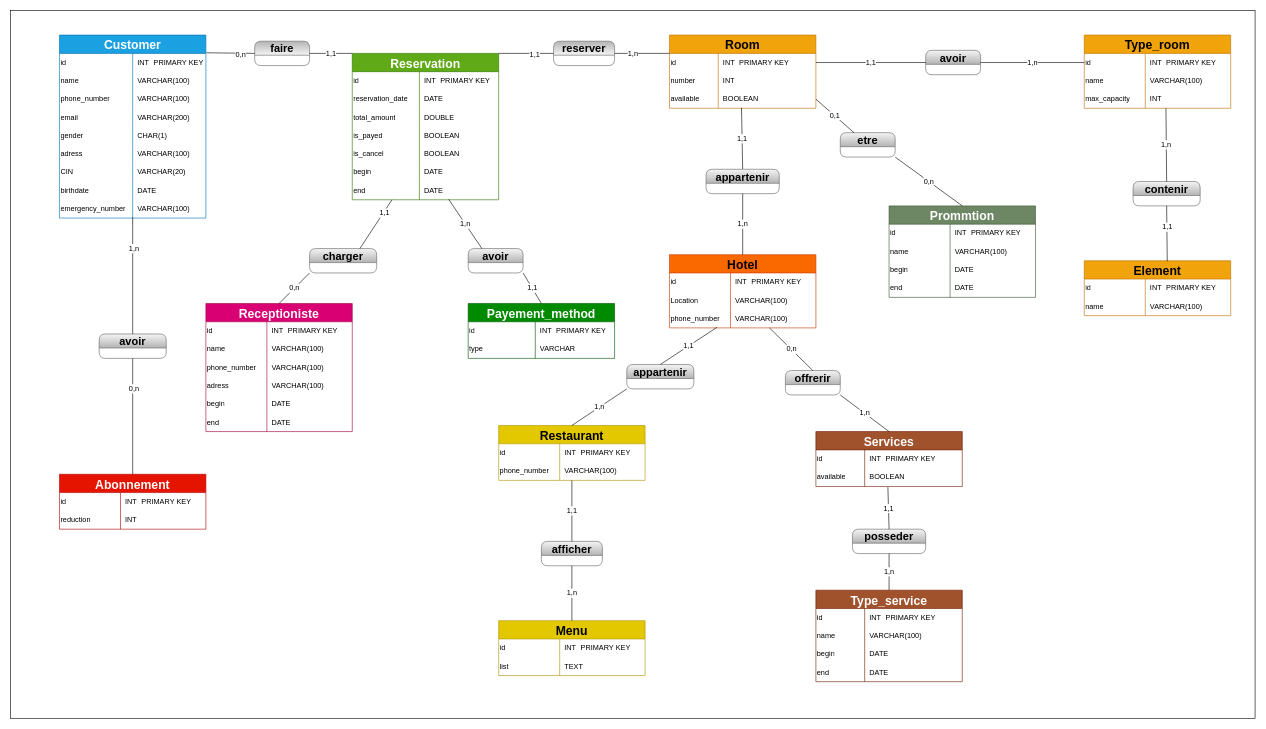
Harenabs21/Hotel-Database-Project keeps this draw.io diagram as image/MCD.drawio. Above is the earlier version. Source tidied: cells renumbered, new cells numbered last; positions are measured from the earlier drawing's top-left corner, leaving out a move shared by most shapes. Both pictures are drawn from the tidied source at 61%, with x=0, y=0 at pixel (10, 10).
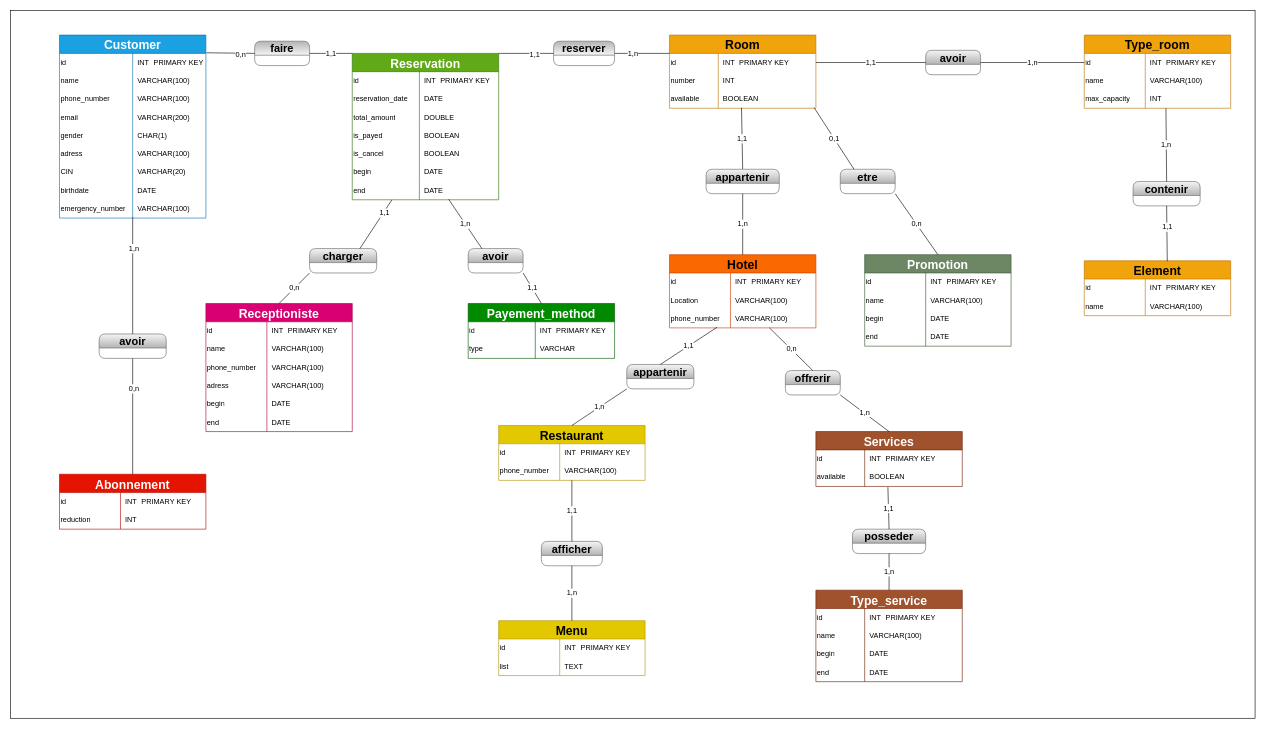
Above is the later version.

The change refers to these unchanged cells:
```xml
<mxCell id="48" style="shape=tableRow;horizontal=0;startSize=0;swimlaneHead=0;swimlaneBody=0;top=0;left=0;bottom=0;right=0;fillColor=none;points=[[0,0.5],[1,0.5]];portConstraint=eastwest;" parent="41" vertex="1">
  <mxGeometry y="90" width="240" height="30" as="geometry" />
</mxCell>
```

Diff of the diagram source:
```diff
@@
-    <mxCell id="150" value="Prommtion" style="shape=table;startSize=30;childLayout=tableLayout;rowLines=0;fontStyle=1;fontSize=20;fillColor=#6d8764;fontColor=#ffffff;strokeColor=#3A5431;" parent="1" vertex="1">
-      <mxGeometry x="1440" y="320" width="240" height="150" as="geometry" />
+    <mxCell id="150" value="Promotion" style="shape=table;startSize=30;childLayout=tableLayout;rowLines=0;fontStyle=1;fontSize=20;fillColor=#6d8764;fontColor=#ffffff;strokeColor=#3A5431;" parent="1" vertex="1">
+      <mxGeometry x="1400" y="400" width="240" height="150" as="geometry" />
     </mxCell>
@@
     <mxCell id="213" value="&lt;span style=&quot;font-size: 18px;&quot;&gt;etre&lt;/span&gt;" style="swimlane;whiteSpace=wrap;html=1;fontSize=20;rounded=1;fillColor=#f5f5f5;gradientColor=#b3b3b3;strokeColor=#666666;" parent="1" vertex="1">
-      <mxGeometry x="1360" y="200" width="90" height="40" as="geometry" />
+      <mxGeometry x="1360" y="260" width="90" height="40" as="geometry" />
     </mxCell>
@@
-    <mxCell id="215" value="0,1" style="endArrow=none;html=1;fontSize=12;entryX=1;entryY=0.5;entryDx=0;entryDy=0;exitX=0.25;exitY=0;exitDx=0;exitDy=0;" parent="1" edge="1" source="213" target="48">
-      <mxGeometry relative="1" as="geometry" />
+    <mxCell id="215" value="0,1" style="endArrow=none;html=1;fontSize=12;entryX=0.988;entryY=0.967;entryDx=0;entryDy=0;exitX=0.25;exitY=0;exitDx=0;exitDy=0;entryPerimeter=0;" parent="1" edge="1" source="213" target="48">
+      <mxGeometry x="-0.01" relative="1" as="geometry" />
     </mxCell>
```
